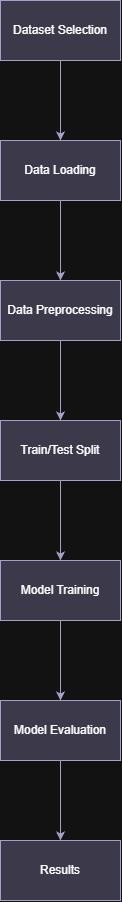
Remasasrs/about-me-ml keeps this draw.io diagram as lab2/Lab 2.drawio.png. Above is the earlier version. Source tidied: cells renumbered, new cells last; positions are measured from the earlier drawing's top-left corner, leaving out a move shared by most shapes.
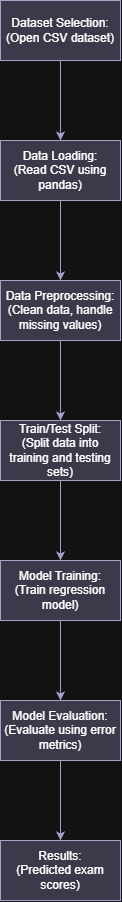
Later version of the same file.

The edit, as a diff of the source:
```diff
@@ -5,40 +5,40 @@
     <mxCell id="2" style="edgeStyle=orthogonalEdgeStyle;rounded=0;jettySize=auto;html=1;fillColor=#d0cee2;strokeColor=#56517e;" parent="1" edge="1" source="3" target="5">
       <mxGeometry relative="1" as="geometry" />
     </mxCell>
-    <mxCell id="3" value="&lt;div&gt;Dataset Selection&lt;/div&gt;" style="rounded=0;whiteSpace=wrap;html=1;fillColor=#d0cee2;strokeColor=#56517e;" parent="1" vertex="1">
+    <mxCell id="3" value="&lt;div&gt;Dataset Selection:&lt;/div&gt;&lt;div&gt;&lt;div&gt;(Open CSV dataset)&lt;/div&gt;&lt;/div&gt;" style="rounded=0;whiteSpace=wrap;html=1;fillColor=#d0cee2;strokeColor=#56517e;" parent="1" vertex="1">
       <mxGeometry width="120" height="60" as="geometry" />
     </mxCell>
     <mxCell id="4" style="edgeStyle=orthogonalEdgeStyle;rounded=0;jettySize=auto;html=1;fillColor=#d0cee2;strokeColor=#56517e;" parent="1" edge="1" source="5" target="7">
       <mxGeometry relative="1" as="geometry" />
     </mxCell>
-    <mxCell id="5" value="Data Loading" style="rounded=0;whiteSpace=wrap;html=1;fillColor=#d0cee2;strokeColor=#56517e;" parent="1" vertex="1">
+    <mxCell id="5" value="Data Loading:&lt;div&gt;&lt;div&gt;(Read CSV using pandas)&lt;/div&gt;&lt;/div&gt;" style="rounded=0;whiteSpace=wrap;html=1;fillColor=#d0cee2;strokeColor=#56517e;" parent="1" vertex="1">
       <mxGeometry y="140" width="120" height="60" as="geometry" />
     </mxCell>
     <mxCell id="6" style="edgeStyle=orthogonalEdgeStyle;rounded=0;jettySize=auto;html=1;fillColor=#d0cee2;strokeColor=#56517e;" parent="1" edge="1" source="7" target="9">
       <mxGeometry relative="1" as="geometry" />
     </mxCell>
-    <mxCell id="7" value="&lt;div&gt;Data Preprocessing&lt;/div&gt;" style="rounded=0;whiteSpace=wrap;html=1;fillColor=#d0cee2;strokeColor=#56517e;" parent="1" vertex="1">
+    <mxCell id="7" value="&lt;div&gt;Data Preprocessing:&lt;/div&gt;&lt;div&gt;(&lt;span style=&quot;background-color: transparent;&quot;&gt;Clean data, handle missing values)&lt;/span&gt;&lt;/div&gt;" style="rounded=0;whiteSpace=wrap;html=1;fillColor=#d0cee2;strokeColor=#56517e;" parent="1" vertex="1">
       <mxGeometry y="280" width="120" height="60" as="geometry" />
     </mxCell>
     <mxCell id="8" style="edgeStyle=orthogonalEdgeStyle;rounded=0;jettySize=auto;html=1;fillColor=#d0cee2;strokeColor=#56517e;" parent="1" edge="1" source="9" target="11">
       <mxGeometry relative="1" as="geometry" />
     </mxCell>
-    <mxCell id="9" value="&lt;div&gt;Train/Test Split&lt;/div&gt;" style="rounded=0;whiteSpace=wrap;html=1;fillColor=#d0cee2;strokeColor=#56517e;" parent="1" vertex="1">
+    <mxCell id="9" value="&lt;div&gt;Train/Test Split:&lt;/div&gt;&lt;div&gt;&lt;div&gt;(Split data into training and testing sets)&lt;/div&gt;&lt;/div&gt;" style="rounded=0;whiteSpace=wrap;html=1;fillColor=#d0cee2;strokeColor=#56517e;" parent="1" vertex="1">
       <mxGeometry y="420" width="120" height="60" as="geometry" />
     </mxCell>
     <mxCell id="10" style="edgeStyle=orthogonalEdgeStyle;rounded=0;jettySize=auto;html=1;fillColor=#d0cee2;strokeColor=#56517e;" parent="1" edge="1" source="11" target="13">
       <mxGeometry relative="1" as="geometry" />
     </mxCell>
-    <mxCell id="11" value="&lt;div&gt;Model Training&lt;/div&gt;" style="rounded=0;whiteSpace=wrap;html=1;fillColor=#d0cee2;strokeColor=#56517e;" parent="1" vertex="1">
+    <mxCell id="11" value="&lt;div&gt;Model Training:&lt;/div&gt;&lt;div&gt;&lt;div&gt;(Train regression model)&lt;/div&gt;&lt;/div&gt;" style="rounded=0;whiteSpace=wrap;html=1;fillColor=#d0cee2;strokeColor=#56517e;" parent="1" vertex="1">
       <mxGeometry y="560" width="120" height="60" as="geometry" />
     </mxCell>
     <mxCell id="12" style="edgeStyle=orthogonalEdgeStyle;rounded=0;jettySize=auto;html=1;fillColor=#d0cee2;strokeColor=#56517e;" parent="1" edge="1" source="13" target="14">
       <mxGeometry relative="1" as="geometry" />
     </mxCell>
-    <mxCell id="13" value="&lt;div&gt;Model Evaluation&lt;/div&gt;" style="rounded=0;whiteSpace=wrap;html=1;fillColor=#d0cee2;strokeColor=#56517e;" parent="1" vertex="1">
+    <mxCell id="13" value="&lt;div&gt;Model Evaluation:&lt;/div&gt;&lt;div&gt;&lt;div&gt;(Evaluate using error metrics)&lt;/div&gt;&lt;/div&gt;" style="rounded=0;whiteSpace=wrap;html=1;fillColor=#d0cee2;strokeColor=#56517e;" parent="1" vertex="1">
       <mxGeometry y="700" width="120" height="60" as="geometry" />
     </mxCell>
-    <mxCell id="14" value="&lt;div&gt;Results&lt;/div&gt;" style="rounded=0;whiteSpace=wrap;html=1;fillColor=#d0cee2;strokeColor=#56517e;" parent="1" vertex="1">
+    <mxCell id="14" value="&lt;div&gt;Results:&lt;/div&gt;&lt;div&gt;&lt;div&gt;(Predicted exam scores)&lt;/div&gt;&lt;/div&gt;" style="rounded=0;whiteSpace=wrap;html=1;fillColor=#d0cee2;strokeColor=#56517e;" parent="1" vertex="1">
       <mxGeometry y="840" width="120" height="60" as="geometry" />
     </mxCell>
   </root>
```
